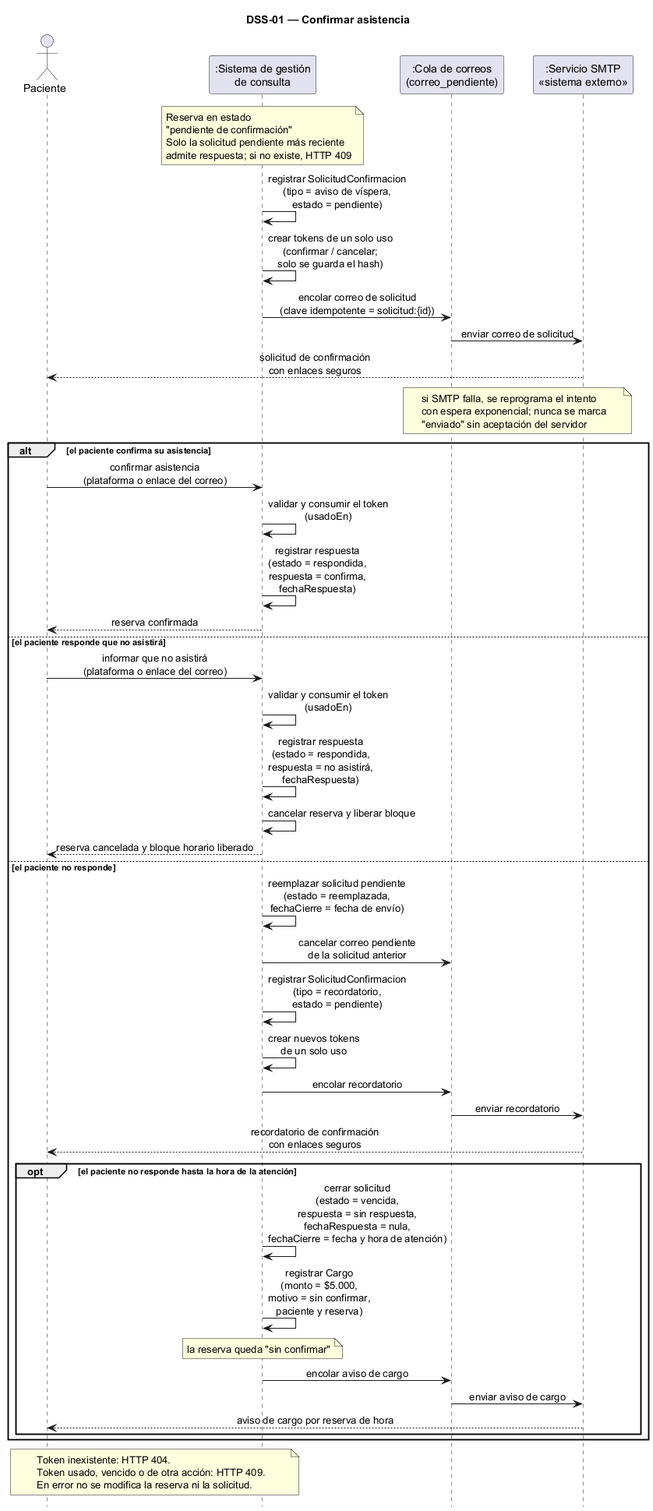
gestion-consulta-psicologica/ingenieria-requisitos keeps this PlantUML diagram as diagramas/dss-01.png. Above is the earlier version.
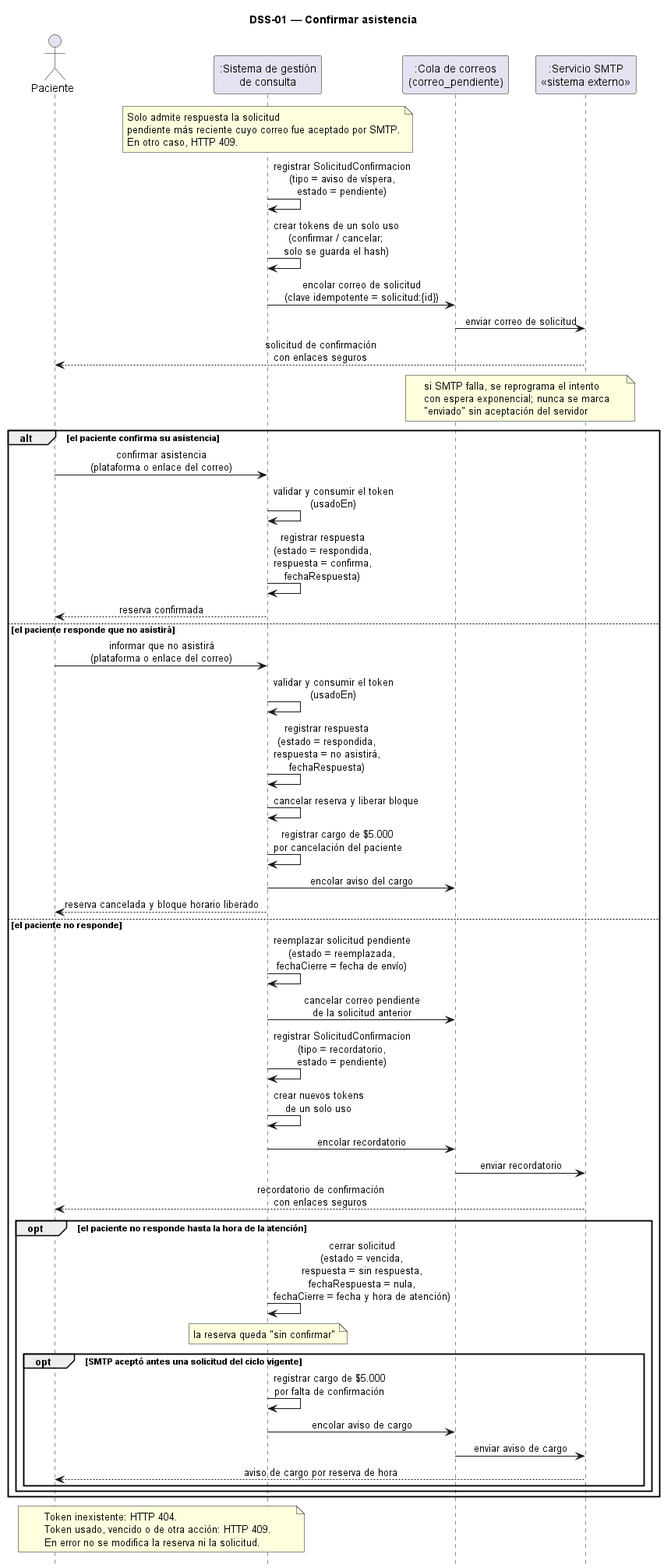
After the change.

What changed in the source:
```diff
@@ -9,7 +9,7 @@
 participant ":Cola de correos\n(correo_pendiente)" as COLA
 participant ":Servicio SMTP\n<<sistema externo>>" as SMTP
 
-note over SIS : Reserva en estado\n"pendiente de confirmación"\nSolo la solicitud pendiente más reciente\nadmite respuesta; si no existe, HTTP 409
+note over SIS : Solo admite respuesta la solicitud\npendiente más reciente cuyo correo fue aceptado por SMTP.\nEn otro caso, HTTP 409.
 
 SIS -> SIS : registrar SolicitudConfirmacion\n(tipo = aviso de víspera,\nestado = pendiente)
 SIS -> SIS : crear tokens de un solo uso\n(confirmar / cancelar;\nsolo se guarda el hash)
@@ -28,6 +28,8 @@
   SIS -> SIS : validar y consumir el token\n(usadoEn)
   SIS -> SIS : registrar respuesta\n(estado = respondida,\nrespuesta = no asistirá,\nfechaRespuesta)
   SIS -> SIS : cancelar reserva y liberar bloque
+  SIS -> SIS : registrar cargo de $5.000\npor cancelación del paciente
+  SIS -> COLA : encolar aviso del cargo
   SIS --> PAC : reserva cancelada y bloque horario liberado
 else el paciente no responde
   SIS -> SIS : reemplazar solicitud pendiente\n(estado = reemplazada,\nfechaCierre = fecha de envío)
@@ -39,11 +41,13 @@
   SMTP --> PAC : recordatorio de confirmación\ncon enlaces seguros
   opt el paciente no responde hasta la hora de la atención
     SIS -> SIS : cerrar solicitud\n(estado = vencida,\nrespuesta = sin respuesta,\nfechaRespuesta = nula,\nfechaCierre = fecha y hora de atención)
-    SIS -> SIS : registrar Cargo\n(monto = $5.000,\nmotivo = sin confirmar,\npaciente y reserva)
     note over SIS : la reserva queda "sin confirmar"
-    SIS -> COLA : encolar aviso de cargo
-    COLA -> SMTP : enviar aviso de cargo
-    SMTP --> PAC : aviso de cargo por reserva de hora
+    opt SMTP aceptó antes una solicitud del ciclo vigente
+      SIS -> SIS : registrar cargo de $5.000\npor falta de confirmación
+      SIS -> COLA : encolar aviso de cargo
+      COLA -> SMTP : enviar aviso de cargo
+      SMTP --> PAC : aviso de cargo por reserva de hora
+    end
   end
 end
 
```
